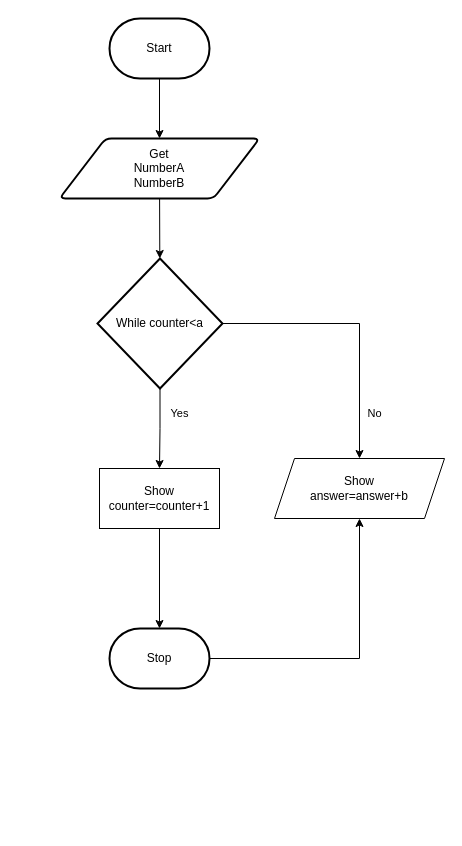
Earlier version of the draw.io diagram design/flowchart.drawio (MTHS-ICS2O-2-2022/ICS2O-Unit-5-06-Lucas-Osmond). Source tidied: cells renumbered, new cells numbered last; positions are measured from the earlier drawing's top-left corner, leaving out a move shared by most shapes. Both pictures are drawn from the tidied source at 100%, with x=0, y=0 at pixel (59, 18).
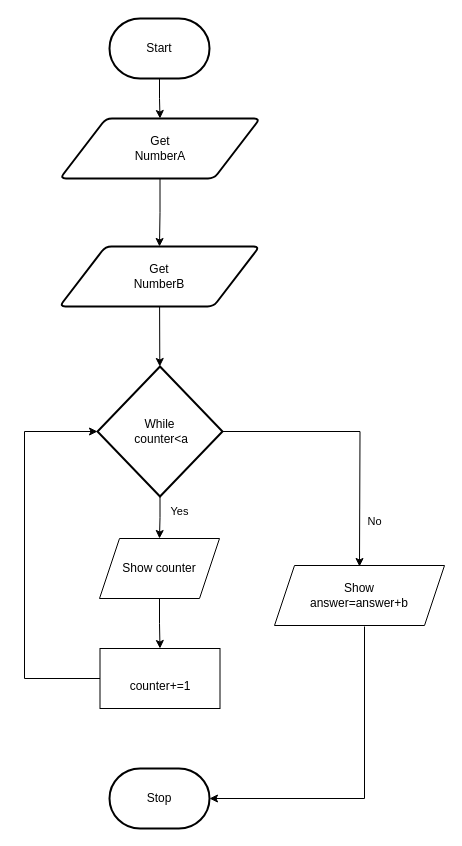
After the change.

Unchanged cells that the change refers to:
```xml
<mxCell id="3" value="Start" style="strokeWidth=2;html=1;shape=mxgraph.flowchart.terminator;whiteSpace=wrap;" parent="1" vertex="1">
  <mxGeometry x="50" width="100" height="60" as="geometry" />
</mxCell>
```

What changed in the source:
```diff
@@
-    <mxCell id="2" style="edgeStyle=none;html=1;" parent="1" edge="1" source="3" target="7">
-      <mxGeometry relative="1" as="geometry" />
-    </mxCell>
+    <mxCell id="16" style="edgeStyle=orthogonalEdgeStyle;rounded=0;html=1;" parent="1" edge="1" source="3" target="20">
+      <mxGeometry relative="1" as="geometry" />
+    </mxCell>
@@
-    <mxCell id="4" style="edgeStyle=orthogonalEdgeStyle;shape=connector;rounded=0;html=1;entryX=0.5;entryY=1;entryDx=0;entryDy=0;labelBackgroundColor=default;strokeColor=default;fontFamily=Helvetica;fontSize=11;fontColor=default;endArrow=classic;" parent="1" edge="1" source="5" target="13">
-      <mxGeometry relative="1" as="geometry" />
-    </mxCell>
     <mxCell id="5" value="Stop" style="strokeWidth=2;html=1;shape=mxgraph.flowchart.terminator;whiteSpace=wrap;" parent="1" vertex="1">
-      <mxGeometry x="50" y="610" width="100" height="60" as="geometry" />
+      <mxGeometry x="50" y="750" width="100" height="60" as="geometry" />
     </mxCell>
@@
-    <mxCell id="7" value="Get&lt;br&gt;NumberA&lt;br&gt;NumberB" style="shape=parallelogram;html=1;strokeWidth=2;perimeter=parallelogramPerimeter;whiteSpace=wrap;rounded=1;arcSize=12;size=0.23;" parent="1" vertex="1">
-      <mxGeometry y="120" width="200" height="60" as="geometry" />
+    <mxCell id="7" value="Get&lt;br&gt;NumberB" style="shape=parallelogram;html=1;strokeWidth=2;perimeter=parallelogramPerimeter;whiteSpace=wrap;rounded=1;arcSize=12;size=0.23;" parent="1" vertex="1">
+      <mxGeometry y="228" width="200" height="60" as="geometry" />
     </mxCell>
-    <mxCell id="8" style="edgeStyle=orthogonalEdgeStyle;html=1;entryX=0.5;entryY=0;entryDx=0;entryDy=0;rounded=0;" parent="1" edge="1" source="10" target="12">
-      <mxGeometry relative="1" as="geometry" />
-    </mxCell>
-    <mxCell id="9" style="html=1;entryX=0.5;entryY=0;entryDx=0;entryDy=0;edgeStyle=orthogonalEdgeStyle;rounded=0;" parent="1" edge="1" source="10" target="13">
-      <mxGeometry relative="1" as="geometry" />
+    <mxCell id="9" style="html=1;entryX=0.5;entryY=0;entryDx=0;entryDy=0;edgeStyle=orthogonalEdgeStyle;rounded=0;" parent="1" edge="1" source="10">
+      <mxGeometry relative="1" as="geometry">
+        <mxPoint x="300" y="548" as="targetPoint" />
+      </mxGeometry>
     </mxCell>
+    <mxCell id="17" style="edgeStyle=orthogonalEdgeStyle;rounded=0;html=1;" parent="1" edge="1" source="10" target="24">
+      <mxGeometry relative="1" as="geometry" />
+    </mxCell>
-    <mxCell id="10" value="While counter&amp;lt;a" style="strokeWidth=2;html=1;shape=mxgraph.flowchart.decision;whiteSpace=wrap;" parent="1" vertex="1">
-      <mxGeometry x="38" y="240" width="125" height="130" as="geometry" />
+    <mxCell id="10" value="While&lt;br&gt;&amp;nbsp;counter&amp;lt;a" style="strokeWidth=2;html=1;shape=mxgraph.flowchart.decision;whiteSpace=wrap;" parent="1" vertex="1">
+      <mxGeometry x="38" y="348" width="125" height="130" as="geometry" />
     </mxCell>
-    <mxCell id="11" style="edgeStyle=orthogonalEdgeStyle;shape=connector;rounded=0;html=1;labelBackgroundColor=default;strokeColor=default;fontFamily=Helvetica;fontSize=11;fontColor=default;endArrow=classic;" parent="1" edge="1" source="12" target="5">
-      <mxGeometry relative="1" as="geometry" />
-    </mxCell>
-    <mxCell id="12" value="Show&lt;br&gt;counter=counter+1" style="rounded=0;whiteSpace=wrap;html=1;" parent="1" vertex="1">
-      <mxGeometry x="40" y="450" width="120" height="60" as="geometry" />
-    </mxCell>
+    <mxCell id="18" style="edgeStyle=orthogonalEdgeStyle;html=1;entryX=1;entryY=0.5;entryDx=0;entryDy=0;entryPerimeter=0;rounded=0;" parent="1" edge="1" target="5">
+      <mxGeometry relative="1" as="geometry">
+        <mxPoint x="305" y="608" as="sourcePoint" />
+        <Array as="points">
+          <mxPoint x="305" y="780" />
+        </Array>
+      </mxGeometry>
+    </mxCell>
     <mxCell id="13" value="Show&lt;br&gt;answer=answer+b" style="shape=parallelogram;perimeter=parallelogramPerimeter;whiteSpace=wrap;html=1;fixedSize=1;" parent="1" vertex="1">
-      <mxGeometry x="215" y="440" width="170" height="60" as="geometry" />
+      <mxGeometry x="215" y="547" width="170" height="60" as="geometry" />
     </mxCell>
     <mxCell id="14" value="Yes" style="text;html=1;align=center;verticalAlign=middle;strokeColor=none;fillColor=none;fontSize=11;fontFamily=Helvetica;fontColor=default;" parent="1" vertex="1">
-      <mxGeometry x="100" y="380" width="40" height="30" as="geometry" />
+      <mxGeometry x="100" y="478" width="40" height="30" as="geometry" />
     </mxCell>
     <mxCell id="15" value="No" style="text;html=1;align=center;verticalAlign=middle;strokeColor=none;fillColor=none;fontSize=11;fontFamily=Helvetica;fontColor=default;" parent="1" vertex="1">
-      <mxGeometry x="295" y="380" width="40" height="30" as="geometry" />
+      <mxGeometry x="295" y="488" width="40" height="30" as="geometry" />
     </mxCell>
+    <mxCell id="19" style="edgeStyle=orthogonalEdgeStyle;rounded=0;html=1;" parent="1" edge="1" source="20" target="7">
+      <mxGeometry relative="1" as="geometry" />
+    </mxCell>
+    <mxCell id="20" value="Get&lt;br&gt;NumberA" style="shape=parallelogram;html=1;strokeWidth=2;perimeter=parallelogramPerimeter;whiteSpace=wrap;rounded=1;arcSize=12;size=0.23;" parent="1" vertex="1">
+      <mxGeometry x="0.5" y="100" width="200" height="60" as="geometry" />
+    </mxCell>
+    <mxCell id="21" style="edgeStyle=orthogonalEdgeStyle;rounded=0;html=1;entryX=0;entryY=0.5;entryDx=0;entryDy=0;entryPerimeter=0;" parent="1" edge="1" source="22" target="10">
+      <mxGeometry relative="1" as="geometry">
+        <Array as="points">
+          <mxPoint x="-35" y="660" />
+          <mxPoint x="-35" y="413" />
+        </Array>
+      </mxGeometry>
+    </mxCell>
+    <mxCell id="22" value="&lt;br&gt;counter+=1" style="rounded=0;whiteSpace=wrap;html=1;" parent="1" vertex="1">
+      <mxGeometry x="40.5" y="630" width="120" height="60" as="geometry" />
+    </mxCell>
+    <mxCell id="23" style="edgeStyle=orthogonalEdgeStyle;rounded=0;html=1;entryX=0.5;entryY=0;entryDx=0;entryDy=0;" parent="1" edge="1" source="24" target="22">
+      <mxGeometry relative="1" as="geometry" />
+    </mxCell>
+    <mxCell id="24" value="Show counter" style="shape=parallelogram;perimeter=parallelogramPerimeter;whiteSpace=wrap;html=1;fixedSize=1;" parent="1" vertex="1">
+      <mxGeometry x="40" y="520" width="120" height="60" as="geometry" />
+    </mxCell>
```
